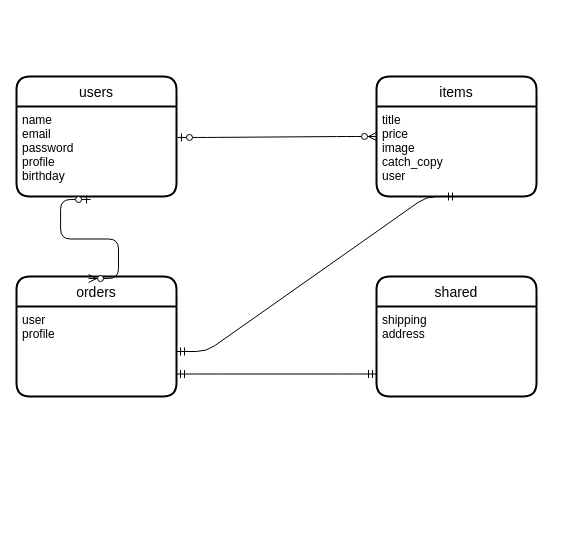
kedani/furima-33037 keeps this draw.io diagram as test.dio. Above is the earlier version. Source tidied: cells renumbered, new cells numbered last; positions are measured from the earlier drawing's top-left corner, leaving out a move shared by most shapes. Both pictures are drawn from the tidied source at 100%, with x=0, y=0 at pixel (16, 76).
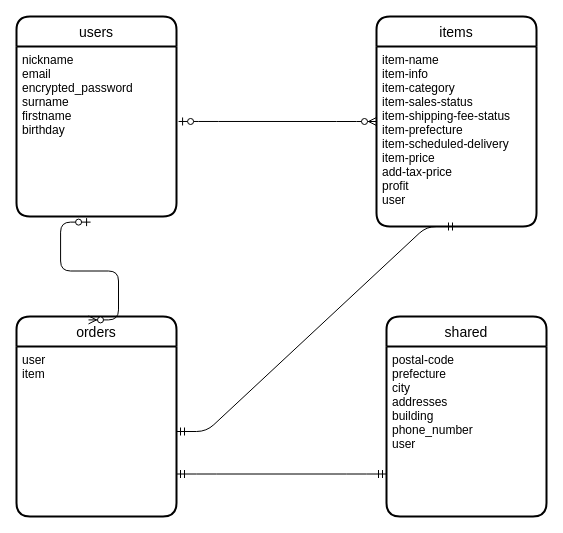
After the change.

Diff of the diagram source:
```diff
@@
 <mxGraphModel>
   <root>
     <mxCell id="0" />
     <mxCell id="1" parent="0" />
     <mxCell id="2" value="users" style="swimlane;horizontal=1;startSize=30;rounded=1;fontSize=14;fontStyle=0;strokeWidth=2;shadow=0;dashed=0;align=center;" parent="1" vertex="1">
-      <mxGeometry width="160" height="120" as="geometry" />
+      <mxGeometry y="-60" width="160" height="200" as="geometry" />
     </mxCell>
-    <mxCell id="3" value="name&#10;email&#10;password&#10;profile&#10;birthday" style="align=left;strokeColor=none;fillColor=none;spacingLeft=4;fontSize=12;verticalAlign=top;" parent="2" vertex="1">
-      <mxGeometry y="30" width="160" height="90" as="geometry" />
+    <mxCell id="3" value="nickname&#10;email&#10;encrypted_password&#10;surname&#10;firstname&#10;birthday" style="align=left;strokeColor=none;fillColor=none;spacingLeft=4;fontSize=12;verticalAlign=top;" parent="2" vertex="1">
+      <mxGeometry y="30" width="160" height="170" as="geometry" />
     </mxCell>
     <mxCell id="4" value="shared" style="swimlane;horizontal=1;startSize=30;rounded=1;fontSize=14;fontStyle=0;strokeWidth=2;shadow=0;dashed=0;align=center;" parent="1" vertex="1">
-      <mxGeometry x="360" y="200" width="160" height="120" as="geometry" />
+      <mxGeometry x="370" y="240" width="160" height="200" as="geometry" />
     </mxCell>
-    <mxCell id="5" value="shipping&#10;address" style="align=left;strokeColor=none;fillColor=none;spacingLeft=4;fontSize=12;verticalAlign=top;" parent="4" vertex="1">
-      <mxGeometry y="30" width="160" height="90" as="geometry" />
+    <mxCell id="5" value="postal-code&#10;prefecture&#10;city&#10;addresses&#10;building&#10;phone_number&#10;user" style="align=left;strokeColor=none;fillColor=none;spacingLeft=4;fontSize=12;verticalAlign=top;" parent="4" vertex="1">
+      <mxGeometry y="30" width="160" height="170" as="geometry" />
     </mxCell>
     <mxCell id="6" value="orders" style="swimlane;horizontal=1;startSize=30;rounded=1;fontSize=14;fontStyle=0;strokeWidth=2;shadow=0;dashed=0;align=center;" parent="1" vertex="1">
-      <mxGeometry y="200" width="160" height="120" as="geometry" />
+      <mxGeometry y="240" width="160" height="200" as="geometry" />
     </mxCell>
-    <mxCell id="7" value="user&#10;profile" style="align=left;strokeColor=none;fillColor=none;spacingLeft=4;fontSize=12;verticalAlign=top;" parent="6" vertex="1">
-      <mxGeometry y="30" width="160" height="90" as="geometry" />
+    <mxCell id="7" value="user&#10;item" style="align=left;strokeColor=none;fillColor=none;spacingLeft=4;fontSize=12;verticalAlign=top;" parent="6" vertex="1">
+      <mxGeometry y="30" width="160" height="170" as="geometry" />
     </mxCell>
     <mxCell id="8" value="items" style="swimlane;horizontal=1;startSize=30;rounded=1;fontSize=14;fontStyle=0;strokeWidth=2;shadow=0;dashed=0;align=center;" parent="1" vertex="1">
-      <mxGeometry x="360" width="160" height="120" as="geometry" />
+      <mxGeometry x="360" y="-60" width="160" height="210" as="geometry" />
     </mxCell>
-    <mxCell id="9" value="title&#10;price&#10;image&#10;catch_copy&#10;user" style="align=left;strokeColor=none;fillColor=none;spacingLeft=4;fontSize=12;verticalAlign=top;" parent="8" vertex="1">
-      <mxGeometry y="30" width="160" height="90" as="geometry" />
+    <mxCell id="9" value="item-name&#10;item-info&#10;item-category&#10;item-sales-status&#10;item-shipping-fee-status&#10;item-prefecture&#10;item-scheduled-delivery&#10;item-price&#10;add-tax-price&#10;profit&#10;user" style="align=left;strokeColor=none;fillColor=none;spacingLeft=4;fontSize=12;verticalAlign=top;" parent="8" vertex="1">
+      <mxGeometry y="30" width="160" height="180" as="geometry" />
     </mxCell>
     <mxCell id="10" style="edgeStyle=entityRelationEdgeStyle;fontSize=12;html=1;endArrow=ERmandOne;startArrow=ERmandOne;entryX=0.5;entryY=1;entryDx=0;entryDy=0;exitX=1;exitY=0.5;exitDx=0;exitDy=0;" parent="1" edge="1" source="7" target="9">
       <mxGeometry relative="1" as="geometry" />
     </mxCell>
     <mxCell id="11" style="edgeStyle=entityRelationEdgeStyle;fontSize=12;html=1;endArrow=ERmandOne;startArrow=ERmandOne;entryX=0;entryY=0.75;entryDx=0;entryDy=0;exitX=1;exitY=0.75;exitDx=0;exitDy=0;" parent="1" edge="1" source="7" target="5">
       <mxGeometry relative="1" as="geometry" />
     </mxCell>
-    <mxCell id="12" style="edgeStyle=entityRelationEdgeStyle;fontSize=12;html=1;endArrow=ERzeroToMany;startArrow=ERzeroToOne;entryX=0;entryY=0.5;entryDx=0;entryDy=0;exitX=1.006;exitY=0.344;exitDx=0;exitDy=0;exitPerimeter=0;" parent="1" edge="1" source="3" target="8">
+    <mxCell id="12" style="edgeStyle=entityRelationEdgeStyle;fontSize=12;html=1;endArrow=ERzeroToMany;startArrow=ERzeroToOne;entryX=0;entryY=0.5;entryDx=0;entryDy=0;exitX=1.013;exitY=0.441;exitDx=0;exitDy=0;exitPerimeter=0;" parent="1" edge="1" source="3" target="8">
       <mxGeometry relative="1" as="geometry" />
     </mxCell>
     <mxCell id="13" style="edgeStyle=entityRelationEdgeStyle;fontSize=12;html=1;endArrow=ERzeroToMany;startArrow=ERzeroToOne;exitX=0.463;exitY=1.033;exitDx=0;exitDy=0;exitPerimeter=0;entryX=0.45;entryY=0.017;entryDx=0;entryDy=0;entryPerimeter=0;" parent="1" edge="1" source="3" target="6">
       <mxGeometry relative="1" as="geometry" />
     </mxCell>
   </root>
 </mxGraphModel>
```
